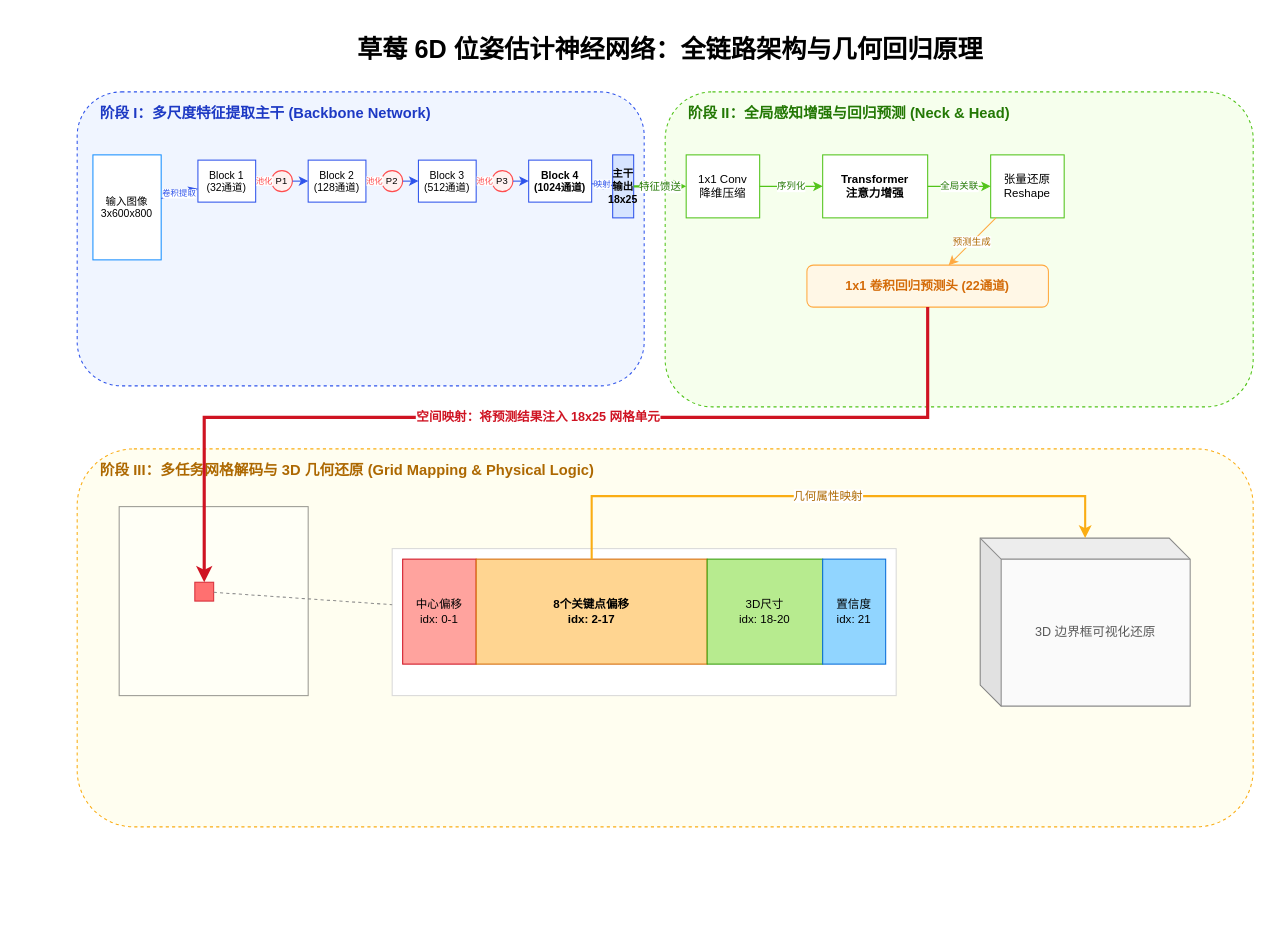
This is docs/模型设计细节与编码原理图_学术版.drawio from chenvision/strawberry_recognition_system, a draw.io file, before an edit. Source tidied: cells renumbered, new cells numbered last; positions are measured from the earlier drawing's top-left corner, leaving out a move shared by most shapes. Both pictures are drawn from the tidied source at 105%, with x=0, y=0 at pixel (77, 28).
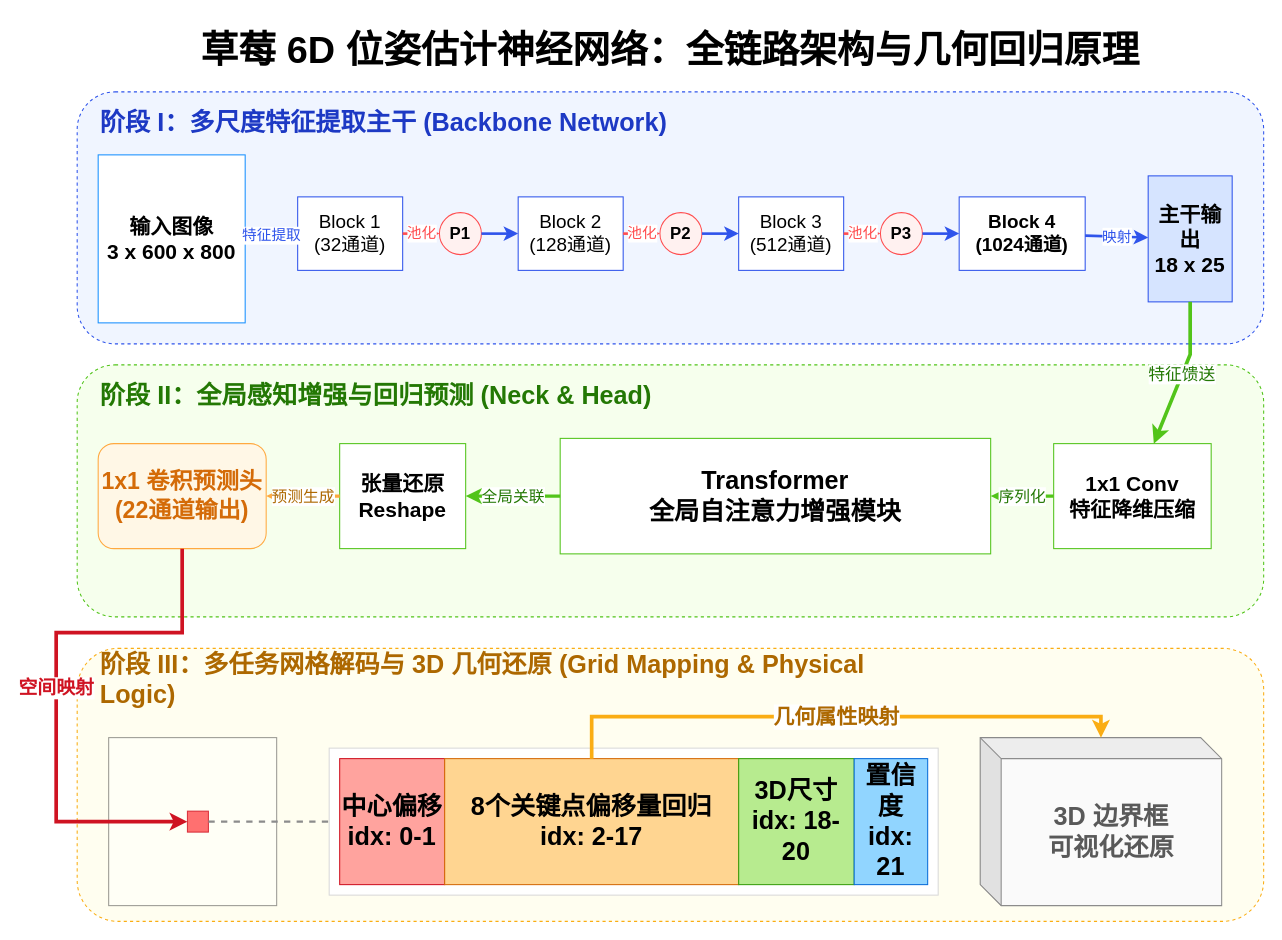
After the change.

The edit, as a diff of the source:
```diff
@@
-    <mxCell id="2" value="草莓 6D 位姿估计神经网络：全链路架构与几何回归原理" style="text;html=1;strokeColor=none;fillColor=none;align=center;verticalAlign=middle;whiteSpace=wrap;rounded=0;fontSize=24;fontStyle=1;" parent="1" vertex="1">
-      <mxGeometry x="114.5" width="900" height="40" as="geometry" />
+    <mxCell id="2" value="草莓 6D 位姿估计神经网络：全链路架构与几何回归原理" style="text;html=1;strokeColor=none;fillColor=none;align=center;verticalAlign=middle;whiteSpace=wrap;rounded=0;fontSize=36;fontStyle=1;" parent="1" vertex="1">
+      <mxGeometry x="114.5" y="-10" width="900" height="60" as="geometry" />
     </mxCell>
     <mxCell id="3" style="rounded=1;whiteSpace=wrap;html=1;fillColor=#f0f5ff;strokeColor=#2f54eb;dashed=1;verticalAlign=top;" parent="1" vertex="1">
-      <mxGeometry y="60" width="540" height="280" as="geometry" />
+      <mxGeometry y="60" width="1130" height="240" as="geometry" />
     </mxCell>
-    <mxCell id="4" value="阶段 I：多尺度特征提取主干 (Backbone Network)" style="text;html=1;strokeColor=none;fillColor=none;align=left;verticalAlign=middle;whiteSpace=wrap;rounded=0;fontStyle=1;fontSize=14;fontColor=#1d39c4;" parent="1" vertex="1">
-      <mxGeometry x="20" y="70" width="400" height="20" as="geometry" />
+    <mxCell id="4" value="阶段 I：多尺度特征提取主干 (Backbone Network)" style="text;html=1;strokeColor=none;fillColor=none;align=left;verticalAlign=middle;whiteSpace=wrap;rounded=0;fontStyle=1;fontSize=24;fontColor=#1d39c4;" parent="1" vertex="1">
+      <mxGeometry x="20" y="70" width="600" height="40" as="geometry" />
     </mxCell>
-    <mxCell id="5" value="输入图像&#10;3x600x800" style="rounded=0;whiteSpace=wrap;html=1;fillColor=#ffffff;strokeColor=#1890ff;fontSize=10;" parent="1" vertex="1">
-      <mxGeometry x="15" y="120" width="65" height="100" as="geometry" />
+    <mxCell id="5" value="输入图像&lt;br&gt;3 x 600 x 800" style="rounded=0;whiteSpace=wrap;html=1;fillColor=#ffffff;strokeColor=#1890ff;fontSize=20;fontStyle=1;" parent="1" vertex="1">
+      <mxGeometry x="20" y="120" width="140" height="160" as="geometry" />
     </mxCell>
-    <mxCell id="6" value="Block 1&#10;(32通道)" style="rounded=0;whiteSpace=wrap;html=1;fillColor=#ffffff;strokeColor=#2f54eb;fontSize=10;" parent="1" vertex="1">
-      <mxGeometry x="115" y="125" width="55" height="40" as="geometry" />
+    <mxCell id="6" value="Block 1&lt;br&gt;(32通道)" style="rounded=0;whiteSpace=wrap;html=1;fillColor=#ffffff;strokeColor=#2f54eb;fontSize=18;" parent="1" vertex="1">
+      <mxGeometry x="210" y="160" width="100" height="70" as="geometry" />
     </mxCell>
-    <mxCell id="7" value="P1" style="ellipse;whiteSpace=wrap;html=1;fillColor=#fff1f0;strokeColor=#ff4d4f;fontSize=9;" parent="1" vertex="1">
-      <mxGeometry x="185" y="135" width="20" height="20" as="geometry" />
+    <mxCell id="7" value="P1" style="ellipse;whiteSpace=wrap;html=1;fillColor=#fff1f0;strokeColor=#ff4d4f;fontSize=16;fontStyle=1;" parent="1" vertex="1">
+      <mxGeometry x="345" y="175" width="40" height="40" as="geometry" />
     </mxCell>
-    <mxCell id="8" value="Block 2&#10;(128通道)" style="rounded=0;whiteSpace=wrap;html=1;fillColor=#ffffff;strokeColor=#2f54eb;fontSize=10;" parent="1" vertex="1">
-      <mxGeometry x="220" y="125" width="55" height="40" as="geometry" />
+    <mxCell id="8" value="Block 2&lt;br&gt;(128通道)" style="rounded=0;whiteSpace=wrap;html=1;fillColor=#ffffff;strokeColor=#2f54eb;fontSize=18;" parent="1" vertex="1">
+      <mxGeometry x="420" y="160" width="100" height="70" as="geometry" />
     </mxCell>
-    <mxCell id="9" value="P2" style="ellipse;whiteSpace=wrap;html=1;fillColor=#fff1f0;strokeColor=#ff4d4f;fontSize=9;" parent="1" vertex="1">
-      <mxGeometry x="290" y="135" width="20" height="20" as="geometry" />
+    <mxCell id="9" value="P2" style="ellipse;whiteSpace=wrap;html=1;fillColor=#fff1f0;strokeColor=#ff4d4f;fontSize=16;fontStyle=1;" parent="1" vertex="1">
+      <mxGeometry x="555" y="175" width="40" height="40" as="geometry" />
     </mxCell>
-    <mxCell id="10" value="Block 3&#10;(512通道)" style="rounded=0;whiteSpace=wrap;html=1;fillColor=#ffffff;strokeColor=#2f54eb;fontSize=10;" parent="1" vertex="1">
-      <mxGeometry x="325" y="125" width="55" height="40" as="geometry" />
+    <mxCell id="10" value="Block 3&lt;br&gt;(512通道)" style="rounded=0;whiteSpace=wrap;html=1;fillColor=#ffffff;strokeColor=#2f54eb;fontSize=18;" parent="1" vertex="1">
+      <mxGeometry x="630" y="160" width="100" height="70" as="geometry" />
     </mxCell>
-    <mxCell id="11" value="P3" style="ellipse;whiteSpace=wrap;html=1;fillColor=#fff1f0;strokeColor=#ff4d4f;fontSize=9;" parent="1" vertex="1">
-      <mxGeometry x="395" y="135" width="20" height="20" as="geometry" />
+    <mxCell id="11" value="P3" style="ellipse;whiteSpace=wrap;html=1;fillColor=#fff1f0;strokeColor=#ff4d4f;fontSize=16;fontStyle=1;" parent="1" vertex="1">
+      <mxGeometry x="765" y="175" width="40" height="40" as="geometry" />
     </mxCell>
-    <mxCell id="12" value="Block 4&#10;(1024通道)" style="rounded=0;whiteSpace=wrap;html=1;fillColor=#ffffff;strokeColor=#2f54eb;fontSize=10;fontStyle=1;" parent="1" vertex="1">
-      <mxGeometry x="430" y="125" width="60" height="40" as="geometry" />
+    <mxCell id="12" value="Block 4&lt;br&gt;(1024通道)" style="rounded=0;whiteSpace=wrap;html=1;fillColor=#ffffff;strokeColor=#2f54eb;fontSize=18;fontStyle=1;" parent="1" vertex="1">
+      <mxGeometry x="840" y="160" width="120" height="70" as="geometry" />
     </mxCell>
-    <mxCell id="13" value="主干输出&#10;18x25" style="rounded=0;whiteSpace=wrap;html=1;fillColor=#d6e4ff;strokeColor=#2f54eb;fontSize=10;fontStyle=1;" parent="1" vertex="1">
-      <mxGeometry x="510" y="120" width="20" height="60" as="geometry" />
+    <mxCell id="13" value="主干输出&lt;br&gt;18 x 25" style="rounded=0;whiteSpace=wrap;html=1;fillColor=#d6e4ff;strokeColor=#2f54eb;fontSize=20;fontStyle=1;" parent="1" vertex="1">
+      <mxGeometry x="1020" y="140" width="80" height="120" as="geometry" />
     </mxCell>
-    <mxCell id="14" value="卷积提取" style="endArrow=classic;html=1;rounded=0;fontSize=8;fontColor=#2f54eb;strokeColor=#2f54eb;" parent="1" edge="1" source="5" target="6">
+    <mxCell id="14" value="特征提取" style="endArrow=classic;html=1;rounded=0;fontSize=14;fontColor=#2f54eb;strokeColor=#2f54eb;strokeWidth=2.5;" parent="1" edge="1" source="5" target="6">
       <mxGeometry relative="1" as="geometry" />
     </mxCell>
-    <mxCell id="15" value="池化" style="endArrow=classic;html=1;rounded=0;fontSize=8;fontColor=#ff4d4f;strokeColor=#ff4d4f;" parent="1" edge="1" source="6" target="7">
+    <mxCell id="15" value="池化" style="endArrow=classic;html=1;rounded=0;fontSize=14;fontColor=#ff4d4f;strokeColor=#ff4d4f;strokeWidth=2.5;" parent="1" edge="1" source="6" target="7">
       <mxGeometry relative="1" as="geometry" />
     </mxCell>
-    <mxCell id="16" style="endArrow=classic;html=1;rounded=0;strokeColor=#2f54eb;" parent="1" edge="1" source="7" target="8">
+    <mxCell id="16" style="endArrow=classic;html=1;rounded=0;strokeColor=#2f54eb;strokeWidth=2.5;" parent="1" edge="1" source="7" target="8">
       <mxGeometry relative="1" as="geometry" />
     </mxCell>
-    <mxCell id="17" value="池化" style="endArrow=classic;html=1;rounded=0;fontSize=8;fontColor=#ff4d4f;strokeColor=#ff4d4f;" parent="1" edge="1" source="8" target="9">
+    <mxCell id="17" value="池化" style="endArrow=classic;html=1;rounded=0;fontSize=14;fontColor=#ff4d4f;strokeColor=#ff4d4f;strokeWidth=2.5;" parent="1" edge="1" source="8" target="9">
       <mxGeometry relative="1" as="geometry" />
     </mxCell>
-    <mxCell id="18" style="endArrow=classic;html=1;rounded=0;strokeColor=#2f54eb;" parent="1" edge="1" source="9" target="10">
+    <mxCell id="18" style="endArrow=classic;html=1;rounded=0;strokeColor=#2f54eb;strokeWidth=2.5;" parent="1" edge="1" source="9" target="10">
       <mxGeometry relative="1" as="geometry" />
     </mxCell>
-    <mxCell id="19" value="池化" style="endArrow=classic;html=1;rounded=0;fontSize=8;fontColor=#ff4d4f;strokeColor=#ff4d4f;" parent="1" edge="1" source="10" target="11">
+    <mxCell id="19" value="池化" style="endArrow=classic;html=1;rounded=0;fontSize=14;fontColor=#ff4d4f;strokeColor=#ff4d4f;strokeWidth=2.5;" parent="1" edge="1" source="10" target="11">
       <mxGeometry relative="1" as="geometry" />
     </mxCell>
-    <mxCell id="20" style="endArrow=classic;html=1;rounded=0;strokeColor=#2f54eb;" parent="1" edge="1" source="11" target="12">
+    <mxCell id="20" style="endArrow=classic;html=1;rounded=0;strokeColor=#2f54eb;strokeWidth=2.5;" parent="1" edge="1" source="11" target="12">
       <mxGeometry relative="1" as="geometry" />
     </mxCell>
-    <mxCell id="21" value="映射" style="endArrow=classic;html=1;rounded=0;fontSize=8;fontColor=#2f54eb;strokeColor=#2f54eb;" parent="1" edge="1" source="12" target="13">
+    <mxCell id="21" value="映射" style="endArrow=classic;html=1;rounded=0;fontSize=14;fontColor=#2f54eb;strokeColor=#2f54eb;strokeWidth=2.5;" parent="1" edge="1" source="12" target="13">
       <mxGeometry relative="1" as="geometry" />
     </mxCell>
     <mxCell id="22" style="rounded=1;whiteSpace=wrap;html=1;fillColor=#f6ffed;strokeColor=#52c41a;dashed=1;verticalAlign=top;" parent="1" vertex="1">
-      <mxGeometry x="560" y="60" width="560" height="300" as="geometry" />
+      <mxGeometry y="320" width="1130" height="240" as="geometry" />
     </mxCell>
-    <mxCell id="23" value="阶段 II：全局感知增强与回归预测 (Neck &amp; Head)" style="text;html=1;strokeColor=none;fillColor=none;align=left;verticalAlign=middle;whiteSpace=wrap;rounded=0;fontStyle=1;fontSize=14;fontColor=#237804;" parent="1" vertex="1">
-      <mxGeometry x="580" y="70" width="400" height="20" as="geometry" />
+    <mxCell id="23" value="阶段 II：全局感知增强与回归预测 (Neck &amp; Head)" style="text;html=1;strokeColor=none;fillColor=none;align=left;verticalAlign=middle;whiteSpace=wrap;rounded=0;fontStyle=1;fontSize=24;fontColor=#237804;" parent="1" vertex="1">
+      <mxGeometry x="20" y="330" width="600" height="40" as="geometry" />
     </mxCell>
-    <mxCell id="24" value="1x1 Conv&#10;降维压缩" style="rounded=0;whiteSpace=wrap;html=1;fillColor=#ffffff;strokeColor=#52c41a;fontSize=11;" parent="1" vertex="1">
-      <mxGeometry x="580" y="120" width="70" height="60" as="geometry" />
+    <mxCell id="24" value="1x1 Conv&lt;br&gt;特征降维压缩" style="rounded=0;whiteSpace=wrap;html=1;fillColor=#ffffff;strokeColor=#52c41a;fontSize=20;fontStyle=1;" parent="1" vertex="1">
+      <mxGeometry x="930" y="395" width="150" height="100" as="geometry" />
     </mxCell>
-    <mxCell id="25" value="Transformer&#10;注意力增强" style="rounded=0;whiteSpace=wrap;html=1;fillColor=#ffffff;strokeColor=#52c41a;fontSize=11;fontStyle=1;" parent="1" vertex="1">
-      <mxGeometry x="710" y="120" width="100" height="60" as="geometry" />
+    <mxCell id="25" value="Transformer&lt;br&gt;全局自注意力增强模块" style="rounded=0;whiteSpace=wrap;html=1;fillColor=#ffffff;strokeColor=#52c41a;fontSize=24;fontStyle=1;" parent="1" vertex="1">
+      <mxGeometry x="460" y="390" width="410" height="110" as="geometry" />
     </mxCell>
-    <mxCell id="26" value="张量还原&#10;Reshape" style="rounded=0;whiteSpace=wrap;html=1;fillColor=#ffffff;strokeColor=#52c41a;fontSize=11;" parent="1" vertex="1">
-      <mxGeometry x="870" y="120" width="70" height="60" as="geometry" />
+    <mxCell id="26" value="张量还原&lt;br&gt;Reshape" style="rounded=0;whiteSpace=wrap;html=1;fillColor=#ffffff;strokeColor=#52c41a;fontSize=20;fontStyle=1;" parent="1" vertex="1">
+      <mxGeometry x="250" y="395" width="120" height="100" as="geometry" />
     </mxCell>
-    <mxCell id="27" value="1x1 卷积回归预测头 (22通道)" style="rounded=1;whiteSpace=wrap;html=1;fillColor=#fff7e6;strokeColor=#ffa940;fontSize=12;fontStyle=1;fontColor=#d46b08;" parent="1" vertex="1">
-      <mxGeometry x="695" y="225" width="230" height="40" as="geometry" />
+    <mxCell id="27" value="1x1 卷积预测头&lt;br&gt;(22通道输出)" style="rounded=1;whiteSpace=wrap;html=1;fillColor=#fff7e6;strokeColor=#ffa940;fontSize=22;fontStyle=1;fontColor=#d46b08;" parent="1" vertex="1">
+      <mxGeometry x="20" y="395" width="160" height="100" as="geometry" />
     </mxCell>
-    <mxCell id="28" value="特征馈送" style="endArrow=classic;html=1;rounded=0;fontSize=10;fontColor=#237804;strokeColor=#52c41a;strokeWidth=2;" parent="1" edge="1" source="13" target="24">
-      <mxGeometry relative="1" as="geometry" />
+    <mxCell id="28" value="特征馈送" style="endArrow=classic;html=1;rounded=0;fontSize=16;fontColor=#237804;strokeColor=#52c41a;strokeWidth=3.5;" parent="1" edge="1" source="13" target="24">
+      <mxGeometry relative="1" as="geometry">
+        <Array as="points">
+          <mxPoint x="1060" y="310" />
+        </Array>
+      </mxGeometry>
     </mxCell>
-    <mxCell id="29" value="序列化" style="endArrow=classic;html=1;rounded=0;fontSize=9;fontColor=#237804;strokeColor=#52c41a;" parent="1" edge="1" source="24" target="25">
+    <mxCell id="29" value="序列化" style="endArrow=classic;html=1;rounded=0;fontSize=15;fontColor=#237804;strokeColor=#52c41a;strokeWidth=3;" parent="1" edge="1" source="24" target="25">
       <mxGeometry relative="1" as="geometry" />
     </mxCell>
-    <mxCell id="30" value="全局关联" style="endArrow=classic;html=1;rounded=0;fontSize=9;fontColor=#237804;strokeColor=#52c41a;" parent="1" edge="1" source="25" target="26">
+    <mxCell id="30" value="全局关联" style="endArrow=classic;html=1;rounded=0;fontSize=15;fontColor=#237804;strokeColor=#52c41a;strokeWidth=3;" parent="1" edge="1" source="25" target="26">
       <mxGeometry relative="1" as="geometry" />
     </mxCell>
-    <mxCell id="31" value="预测生成" style="endArrow=classic;html=1;rounded=0;fontSize=9;fontColor=#ad6800;strokeColor=#ffa940;" parent="1" edge="1" source="26" target="27">
+    <mxCell id="31" value="预测生成" style="endArrow=classic;html=1;rounded=0;fontSize=15;fontColor=#ad6800;strokeColor=#ffa940;strokeWidth=3;" parent="1" edge="1" source="26" target="27">
       <mxGeometry relative="1" as="geometry" />
     </mxCell>
     <mxCell id="32" style="rounded=1;whiteSpace=wrap;html=1;fillColor=#fffef0;strokeColor=#faad14;dashed=1;verticalAlign=top;" parent="1" vertex="1">
-      <mxGeometry y="400" width="1120" height="360" as="geometry" />
+      <mxGeometry y="590" width="1130" height="260" as="geometry" />
     </mxCell>
-    <mxCell id="33" value="阶段 III：多任务网格解码与 3D 几何还原 (Grid Mapping &amp;amp; Physical Logic)" style="text;html=1;strokeColor=none;fillColor=none;align=left;verticalAlign=middle;whiteSpace=wrap;rounded=0;fontStyle=1;fontSize=14;fontColor=#ad6800;" parent="1" vertex="1">
-      <mxGeometry x="20" y="410" width="600" height="20" as="geometry" />
+    <mxCell id="33" value="阶段 III：多任务网格解码与 3D 几何还原 (Grid Mapping &amp; Physical Logic)" style="text;html=1;strokeColor=none;fillColor=none;align=left;verticalAlign=middle;whiteSpace=wrap;rounded=0;fontStyle=1;fontSize=24;fontColor=#ad6800;" parent="1" vertex="1">
+      <mxGeometry x="20" y="600" width="800" height="40" as="geometry" />
     </mxCell>
     <mxCell id="34" style="whiteSpace=wrap;html=1;fillColor=#ffffff;strokeColor=#000000;grid=1;opacity=40;" parent="1" vertex="1">
-      <mxGeometry x="40" y="455" width="180" height="180" as="geometry" />
+      <mxGeometry x="30" y="675" width="160" height="160" as="geometry" />
     </mxCell>
     <mxCell id="35" style="whiteSpace=wrap;html=1;fillColor=#ff4d4f;strokeColor=#cf1322;opacity=80;" parent="1" vertex="1">
-      <mxGeometry x="112" y="527" width="18" height="18" as="geometry" />
+      <mxGeometry x="105" y="745" width="20" height="20" as="geometry" />
     </mxCell>
     <mxCell id="36" style="rounded=0;whiteSpace=wrap;html=1;fillColor=#ffffff;strokeColor=#d9d9d9;" parent="1" vertex="1">
-      <mxGeometry x="300" y="495" width="480" height="140" as="geometry" />
+      <mxGeometry x="240" y="685" width="580" height="140" as="geometry" />
     </mxCell>
-    <mxCell id="37" value="中心偏移&#10;idx: 0-1" style="rounded=0;whiteSpace=wrap;html=1;fillColor=#ffa39e;strokeColor=#cf1322;fontSize=11;" parent="1" vertex="1">
-      <mxGeometry x="310" y="505" width="70" height="100" as="geometry" />
+    <mxCell id="37" value="中心偏移&lt;br&gt;idx: 0-1" style="rounded=0;whiteSpace=wrap;html=1;fillColor=#ffa39e;strokeColor=#cf1322;fontSize=24;fontStyle=1;" parent="1" vertex="1">
+      <mxGeometry x="250" y="695" width="100" height="120" as="geometry" />
     </mxCell>
-    <mxCell id="38" value="8个关键点偏移&#10;idx: 2-17" style="rounded=0;whiteSpace=wrap;html=1;fillColor=#ffd591;strokeColor=#d46b08;fontSize=11;fontStyle=1;" parent="1" vertex="1">
-      <mxGeometry x="380" y="505" width="220" height="100" as="geometry" />
+    <mxCell id="38" value="8个关键点偏移量回归&lt;br&gt;idx: 2-17" style="rounded=0;whiteSpace=wrap;html=1;fillColor=#ffd591;strokeColor=#d46b08;fontSize=24;fontStyle=1;" parent="1" vertex="1">
+      <mxGeometry x="350" y="695" width="280" height="120" as="geometry" />
     </mxCell>
-    <mxCell id="39" value="3D尺寸&#10;idx: 18-20" style="rounded=0;whiteSpace=wrap;html=1;fillColor=#b7eb8f;strokeColor=#389e0d;fontSize=11;" parent="1" vertex="1">
-      <mxGeometry x="600" y="505" width="110" height="100" as="geometry" />
+    <mxCell id="39" value="3D尺寸&lt;br&gt;idx: 18-20" style="rounded=0;whiteSpace=wrap;html=1;fillColor=#b7eb8f;strokeColor=#389e0d;fontSize=24;fontStyle=1;" parent="1" vertex="1">
+      <mxGeometry x="630" y="695" width="110" height="120" as="geometry" />
     </mxCell>
-    <mxCell id="40" value="置信度&#10;idx: 21" style="rounded=0;whiteSpace=wrap;html=1;fillColor=#91d5ff;strokeColor=#096dd9;fontSize=11;" parent="1" vertex="1">
-      <mxGeometry x="710" y="505" width="60" height="100" as="geometry" />
+    <mxCell id="40" value="置信度&lt;br&gt;idx: 21" style="rounded=0;whiteSpace=wrap;html=1;fillColor=#91d5ff;strokeColor=#096dd9;fontSize=24;fontStyle=1;" parent="1" vertex="1">
+      <mxGeometry x="740" y="695" width="70" height="120" as="geometry" />
     </mxCell>
+    <mxCell id="42" value="3D 边界框&lt;br&gt;可视化还原" style="shape=cube;whiteSpace=wrap;html=1;boundedLbl=1;backgroundOutline=1;darkOpacity=0.05;darkOpacity2=0.1;fillColor=#fafafa;strokeColor=#8c8c8c;fontSize=24;fontColor=#595959;fontStyle=1;" parent="1" vertex="1">
+      <mxGeometry x="860" y="675" width="230" height="160" as="geometry" />
+    </mxCell>
-    <mxCell id="41" value="空间映射：将预测结果注入 18x25 网格单元" style="endArrow=classic;html=1;rounded=0;fontSize=12;fontStyle=1;fontColor=#cf1322;strokeColor=#cf1322;strokeWidth=3;" parent="1" edge="1" source="27" target="35">
+    <mxCell id="41" value="空间映射" style="endArrow=classic;html=1;rounded=0;fontSize=18;fontStyle=1;fontColor=#cf1322;strokeColor=#cf1322;strokeWidth=3.5;edgeStyle=orthogonalEdgeStyle;exitX=0.5;exitY=1;entryX=0;entryY=0.5;" parent="1" edge="1" source="27" target="35">
       <mxGeometry relative="1" as="geometry">
         <Array as="points">
-          <mxPoint x="810" y="370" />
-          <mxPoint x="121" y="370" />
+          <mxPoint x="100" y="575" />
+          <mxPoint x="-20" y="575" />
+          <mxPoint x="-20" y="755" />
         </Array>
       </mxGeometry>
     </mxCell>
-    <mxCell id="42" value="3D 边界框可视化还原" style="shape=cube;whiteSpace=wrap;html=1;boundedLbl=1;backgroundOutline=1;darkOpacity=0.05;darkOpacity2=0.1;fillColor=#fafafa;strokeColor=#8c8c8c;fontSize=12;fontColor=#595959;" parent="1" vertex="1">
-      <mxGeometry x="860" y="485" width="200" height="160" as="geometry" />
-    </mxCell>
-    <mxCell id="43" value="几何属性映射" style="endArrow=classic;html=1;rounded=0;fontSize=11;fontColor=#ad6800;strokeColor=#faad14;edgeStyle=orthogonalEdgeStyle;strokeWidth=2;" parent="1" edge="1" source="38" target="42">
+    <mxCell id="43" value="几何属性映射" style="endArrow=classic;html=1;rounded=0;fontSize=20;fontColor=#ad6800;strokeColor=#faad14;edgeStyle=orthogonalEdgeStyle;strokeWidth=3.5;fontStyle=1;exitX=0.5;exitY=0;entryX=0.5;entryY=0;" parent="1" edge="1" source="38" target="42">
       <mxGeometry relative="1" as="geometry">
         <Array as="points">
-          <mxPoint x="490" y="445" />
-          <mxPoint x="960" y="445" />
+          <mxPoint x="490" y="655" />
+          <mxPoint x="975" y="655" />
         </Array>
       </mxGeometry>
     </mxCell>
-    <mxCell id="44" style="endArrow=none;dashed=1;html=1;rounded=0;strokeColor=#8c8c8c;" parent="1" edge="1" source="35" target="36">
+    <mxCell id="44" style="endArrow=none;dashed=1;html=1;rounded=0;strokeColor=#8c8c8c;strokeWidth=2;" parent="1" edge="1" source="35" target="36">
       <mxGeometry relative="1" as="geometry" />
     </mxCell>
```
